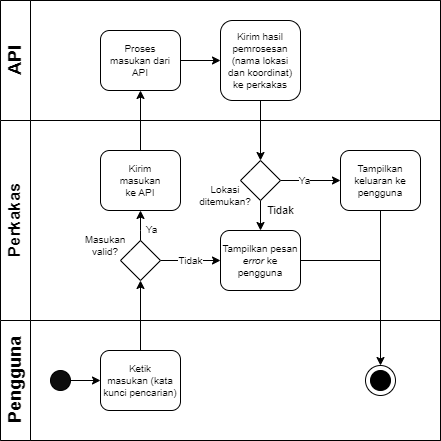
Earlier version of the draw.io export doc/DokumenSkripsi/Gambar/diagrams-activity-searchplace.png (alfredapri/Skripsi). Source tidied: cells renumbered, new cells last; positions are measured from the earlier drawing's top-left corner, leaving out a move shared by most shapes. Its diagram source:
```xml
<mxGraphModel>
  <root>
    <mxCell id="0" />
    <mxCell id="1" parent="0" />
    <mxCell id="2" style="swimlane;html=1;horizontal=0;startSize=0;" parent="1" vertex="1">
      <mxGeometry width="440" height="440" as="geometry" />
    </mxCell>
    <mxCell id="3" value="&lt;font style=&quot;font-size: 18px;&quot;&gt;API&lt;br&gt;&lt;/font&gt;" style="swimlane;html=1;startSize=30;horizontal=0;" parent="2" vertex="1">
      <mxGeometry width="440" height="120" as="geometry" />
    </mxCell>
    <mxCell id="4" style="edgeStyle=orthogonalEdgeStyle;rounded=0;jettySize=auto;html=1;fontSize=10;" parent="3" edge="1" source="5" target="6">
      <mxGeometry relative="1" as="geometry" />
    </mxCell>
    <mxCell id="5" value="&lt;p style=&quot;line-height: 1.2; font-size: 10px;&quot;&gt;&lt;font style=&quot;font-size: 10px; line-height: 1;&quot;&gt;Proses&lt;br style=&quot;font-size: 10px;&quot;&gt; &lt;/font&gt;&lt;font style=&quot;font-size: 10px; line-height: 1;&quot;&gt;masukan dari API&lt;/font&gt;&lt;/p&gt;" style="rounded=1;whiteSpace=wrap;html=1;fontSize=10;fontStyle=0;" parent="3" vertex="1">
      <mxGeometry x="100" y="30" width="80" height="60" as="geometry" />
    </mxCell>
    <mxCell id="6" value="&lt;p style=&quot;line-height: 1.2; font-size: 10px;&quot;&gt;Kirim hasil pemrosesan (nama lokasi &lt;br&gt;dan koordinat) &lt;br&gt;ke perkakas&lt;/p&gt;" style="rounded=1;whiteSpace=wrap;html=1;fontSize=10;fontStyle=0;" parent="3" vertex="1">
      <mxGeometry x="220" y="20" width="80" height="80" as="geometry" />
    </mxCell>
    <mxCell id="7" style="edgeStyle=orthogonalEdgeStyle;rounded=0;jettySize=auto;html=1;fontSize=12;" parent="2" edge="1" source="25" target="12">
      <mxGeometry relative="1" as="geometry" />
    </mxCell>
    <mxCell id="8" style="edgeStyle=orthogonalEdgeStyle;rounded=0;jettySize=auto;html=1;fontSize=12;exitX=0.5;exitY=0;exitDx=0;exitDy=0;" parent="2" edge="1" source="15" target="5">
      <mxGeometry relative="1" as="geometry" />
    </mxCell>
    <mxCell id="9" style="edgeStyle=orthogonalEdgeStyle;rounded=0;jettySize=auto;html=1;fontSize=10;entryX=0.5;entryY=0;entryDx=0;entryDy=0;" parent="2" edge="1" source="6" target="20">
      <mxGeometry relative="1" as="geometry" />
    </mxCell>
    <mxCell id="10" value="&lt;font style=&quot;font-size: 17px;&quot;&gt;Perkakas&lt;/font&gt;" style="swimlane;html=1;startSize=30;horizontal=0;" parent="2" vertex="1">
      <mxGeometry y="120" width="440" height="200" as="geometry" />
    </mxCell>
    <mxCell id="11" value="Tidak" style="edgeStyle=orthogonalEdgeStyle;rounded=0;jettySize=auto;html=1;fontSize=10;" parent="10" edge="1" source="12" target="16">
      <mxGeometry relative="1" as="geometry">
        <Array as="points">
          <mxPoint x="180" y="140" />
          <mxPoint x="180" y="140" />
        </Array>
      </mxGeometry>
    </mxCell>
    <mxCell id="12" value="&lt;p style=&quot;line-height: 1.2; font-size: 10px;&quot;&gt;&lt;br&gt;&lt;/p&gt;" style="rhombus;whiteSpace=wrap;html=1;fontSize=10;rounded=1;arcSize=0;" parent="10" vertex="1">
      <mxGeometry x="120" y="120" width="40" height="40" as="geometry" />
    </mxCell>
    <mxCell id="13" style="edgeStyle=orthogonalEdgeStyle;rounded=0;jettySize=auto;html=1;fontSize=12;exitX=0.5;exitY=0;exitDx=0;exitDy=0;entryX=0.5;entryY=1;entryDx=0;entryDy=0;startArrow=none;" parent="10" edge="1" source="12" target="15">
      <mxGeometry relative="1" as="geometry">
        <Array as="points">
          <mxPoint x="140" y="110" />
          <mxPoint x="140" y="110" />
        </Array>
      </mxGeometry>
    </mxCell>
    <mxCell id="14" value="&lt;font style=&quot;font-size: 10px;&quot;&gt;Ya&lt;/font&gt;" style="edgeLabel;html=1;align=center;verticalAlign=middle;fontSize=12;" parent="13" vertex="1">
      <mxGeometry x="0.3" relative="1" as="geometry">
        <mxPoint x="10" y="8" as="offset" />
      </mxGeometry>
    </mxCell>
    <mxCell id="15" value="&lt;p style=&quot;line-height: 1.2; font-size: 10px;&quot;&gt;&lt;font style=&quot;font-size: 10px; line-height: 1;&quot;&gt;Kirim&lt;br style=&quot;font-size: 10px;&quot;&gt; &lt;/font&gt;&lt;font style=&quot;font-size: 10px; line-height: 1;&quot;&gt;masukan&lt;br&gt;ke API&lt;/font&gt;&lt;/p&gt;" style="rounded=1;whiteSpace=wrap;html=1;fontSize=10;" parent="10" vertex="1">
      <mxGeometry x="100" y="30" width="80" height="60" as="geometry" />
    </mxCell>
    <mxCell id="16" value="&lt;p style=&quot;line-height: 1.2; font-size: 10px;&quot;&gt;Tampilkan pesan &lt;i&gt;error &lt;/i&gt;ke pengguna&lt;/p&gt;" style="rounded=1;whiteSpace=wrap;html=1;fontSize=18;fontStyle=0;" parent="10" vertex="1">
      <mxGeometry x="220" y="110" width="80" height="60" as="geometry" />
    </mxCell>
    <mxCell id="17" value="&lt;p style=&quot;line-height: 1.2; font-size: 10px;&quot;&gt;&lt;font style=&quot;font-size: 10px;&quot;&gt;Tampilkan keluaran ke pengguna&lt;/font&gt;&lt;/p&gt;" style="rounded=1;whiteSpace=wrap;html=1;fontSize=10;" parent="10" vertex="1">
      <mxGeometry x="340" y="30" width="80" height="60" as="geometry" />
    </mxCell>
    <mxCell id="18" value="Ya" style="edgeStyle=orthogonalEdgeStyle;rounded=0;jettySize=auto;html=1;fontSize=10;" parent="10" edge="1" source="20">
      <mxGeometry x="-0.2" relative="1" as="geometry">
        <mxPoint x="340" y="60" as="targetPoint" />
      </mxGeometry>
    </mxCell>
    <mxCell id="19" value="Tidak" style="edgeStyle=orthogonalEdgeStyle;rounded=0;jettySize=auto;html=1;" parent="10" edge="1" source="20" target="16">
      <mxGeometry x="0.2" y="20" relative="1" as="geometry" />
    </mxCell>
    <mxCell id="20" value="&lt;p style=&quot;line-height: 1.2; font-size: 10px;&quot;&gt;&lt;br&gt;&lt;/p&gt;" style="rhombus;whiteSpace=wrap;html=1;fontSize=10;rounded=1;arcSize=0;" parent="10" vertex="1">
      <mxGeometry x="240" y="40" width="40" height="40" as="geometry" />
    </mxCell>
    <mxCell id="21" value="Lokasi ditemukan?" style="text;html=1;strokeColor=none;fillColor=none;align=center;verticalAlign=middle;whiteSpace=wrap;rounded=0;fontSize=10;" parent="10" vertex="1">
      <mxGeometry x="200" y="60" width="50" height="30" as="geometry" />
    </mxCell>
    <mxCell id="22" value="Masukan valid?" style="text;html=1;strokeColor=none;fillColor=none;align=center;verticalAlign=middle;whiteSpace=wrap;rounded=0;fontSize=10;" parent="10" vertex="1">
      <mxGeometry x="80" y="110" width="50" height="30" as="geometry" />
    </mxCell>
    <mxCell id="23" value="&lt;font style=&quot;font-size: 18px;&quot;&gt;Pengguna&lt;br&gt;&lt;/font&gt;" style="swimlane;html=1;startSize=30;horizontal=0;" parent="2" vertex="1">
      <mxGeometry y="320" width="440" height="120" as="geometry" />
    </mxCell>
    <mxCell id="24" style="ellipse;whiteSpace=wrap;html=1;fillColor=#0D0D0D;" parent="23" vertex="1">
      <mxGeometry x="50" y="50" width="20" height="20" as="geometry" />
    </mxCell>
    <mxCell id="25" value="&lt;p style=&quot;line-height: 1.2; font-size: 10px;&quot;&gt;&lt;font style=&quot;font-size: 10px; line-height: 1.2;&quot;&gt;Ketik&lt;br style=&quot;font-size: 10px;&quot;&gt;masukan (kata kunci pencarian)&lt;/font&gt;&lt;/p&gt;" style="rounded=1;whiteSpace=wrap;html=1;fontSize=10;" parent="23" vertex="1">
      <mxGeometry x="100" y="30" width="80" height="60" as="geometry" />
    </mxCell>
    <mxCell id="26" style="edgeStyle=orthogonalEdgeStyle;rounded=0;jettySize=auto;html=1;entryX=0;entryY=0.5;entryDx=0;entryDy=0;" parent="23" edge="1" source="24" target="25">
      <mxGeometry relative="1" as="geometry" />
    </mxCell>
    <mxCell id="27" style="group;" parent="23" vertex="1">
      <mxGeometry x="365" y="45" width="30" height="30" as="geometry" />
    </mxCell>
    <mxCell id="28" style="ellipse;whiteSpace=wrap;html=1;fillColor=#FFFFFF;" parent="27" vertex="1">
      <mxGeometry width="30" height="30" as="geometry" />
    </mxCell>
    <mxCell id="29" style="ellipse;whiteSpace=wrap;html=1;fillColor=#FFFFF;" parent="27" vertex="1">
      <mxGeometry x="5" y="5" width="20" height="20" as="geometry" />
    </mxCell>
    <mxCell id="30" style="edgeStyle=orthogonalEdgeStyle;rounded=0;jettySize=auto;html=1;fontSize=10;entryX=0.5;entryY=0;entryDx=0;entryDy=0;exitX=0.5;exitY=1;exitDx=0;exitDy=0;" parent="2" edge="1" source="17" target="28">
      <mxGeometry relative="1" as="geometry" />
    </mxCell>
    <mxCell id="31" style="edgeStyle=orthogonalEdgeStyle;rounded=0;jettySize=auto;html=1;fontSize=10;exitX=1;exitY=0.5;exitDx=0;exitDy=0;endArrow=none;endFill=0;" parent="1" edge="1" source="16">
      <mxGeometry relative="1" as="geometry">
        <mxPoint x="380" y="260" as="targetPoint" />
      </mxGeometry>
    </mxCell>
  </root>
</mxGraphModel>
```
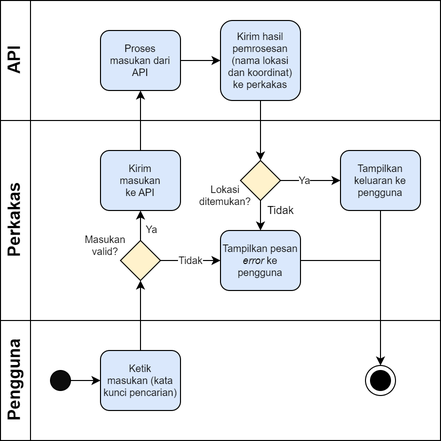
Later version of the same file.

What changed in the source:
```diff
@@ -5,16 +5,16 @@
     <mxCell id="2" style="swimlane;html=1;horizontal=0;startSize=0;" parent="1" vertex="1">
       <mxGeometry width="440" height="440" as="geometry" />
     </mxCell>
-    <mxCell id="3" value="&lt;font style=&quot;font-size: 18px;&quot;&gt;API&lt;br&gt;&lt;/font&gt;" style="swimlane;html=1;startSize=30;horizontal=0;" parent="2" vertex="1">
+    <mxCell id="3" value="&lt;font style=&quot;&quot;&gt;&lt;font style=&quot;font-size: 17px;&quot;&gt;API&lt;/font&gt;&lt;br&gt;&lt;/font&gt;" style="swimlane;html=1;startSize=30;horizontal=0;" parent="2" vertex="1">
       <mxGeometry width="440" height="120" as="geometry" />
     </mxCell>
     <mxCell id="4" style="edgeStyle=orthogonalEdgeStyle;rounded=0;jettySize=auto;html=1;fontSize=10;" parent="3" edge="1" source="5" target="6">
       <mxGeometry relative="1" as="geometry" />
     </mxCell>
-    <mxCell id="5" value="&lt;p style=&quot;line-height: 1.2; font-size: 10px;&quot;&gt;&lt;font style=&quot;font-size: 10px; line-height: 1;&quot;&gt;Proses&lt;br style=&quot;font-size: 10px;&quot;&gt; &lt;/font&gt;&lt;font style=&quot;font-size: 10px; line-height: 1;&quot;&gt;masukan dari API&lt;/font&gt;&lt;/p&gt;" style="rounded=1;whiteSpace=wrap;html=1;fontSize=10;fontStyle=0;" parent="3" vertex="1">
+    <mxCell id="5" value="&lt;p style=&quot;line-height: 1.2; font-size: 10px;&quot;&gt;&lt;font style=&quot;font-size: 10px; line-height: 1;&quot;&gt;Proses&lt;br style=&quot;font-size: 10px;&quot;&gt; &lt;/font&gt;&lt;font style=&quot;font-size: 10px; line-height: 1;&quot;&gt;masukan dari API&lt;/font&gt;&lt;/p&gt;" style="rounded=1;whiteSpace=wrap;html=1;fontSize=10;fontStyle=0;fillColor=#dae8fc;strokeColor=default;" parent="3" vertex="1">
       <mxGeometry x="100" y="30" width="80" height="60" as="geometry" />
     </mxCell>
-    <mxCell id="6" value="&lt;p style=&quot;line-height: 1.2; font-size: 10px;&quot;&gt;Kirim hasil pemrosesan (nama lokasi &lt;br&gt;dan koordinat) &lt;br&gt;ke perkakas&lt;/p&gt;" style="rounded=1;whiteSpace=wrap;html=1;fontSize=10;fontStyle=0;" parent="3" vertex="1">
+    <mxCell id="6" value="&lt;p style=&quot;line-height: 1.2; font-size: 10px;&quot;&gt;Kirim hasil pemrosesan (nama lokasi &lt;br&gt;dan koordinat) &lt;br&gt;ke perkakas&lt;/p&gt;" style="rounded=1;whiteSpace=wrap;html=1;fontSize=10;fontStyle=0;fillColor=#dae8fc;strokeColor=default;" parent="3" vertex="1">
       <mxGeometry x="220" y="20" width="80" height="80" as="geometry" />
     </mxCell>
     <mxCell id="7" style="edgeStyle=orthogonalEdgeStyle;rounded=0;jettySize=auto;html=1;fontSize=12;" parent="2" edge="1" source="25" target="12">
@@ -37,7 +37,7 @@
         </Array>
       </mxGeometry>
     </mxCell>
-    <mxCell id="12" value="&lt;p style=&quot;line-height: 1.2; font-size: 10px;&quot;&gt;&lt;br&gt;&lt;/p&gt;" style="rhombus;whiteSpace=wrap;html=1;fontSize=10;rounded=1;arcSize=0;" parent="10" vertex="1">
+    <mxCell id="12" value="&lt;p style=&quot;line-height: 1.2; font-size: 10px;&quot;&gt;&lt;br&gt;&lt;/p&gt;" style="rhombus;whiteSpace=wrap;html=1;fontSize=10;rounded=1;arcSize=0;fillColor=#fff2cc;strokeColor=default;" parent="10" vertex="1">
       <mxGeometry x="120" y="120" width="40" height="40" as="geometry" />
     </mxCell>
     <mxCell id="13" style="edgeStyle=orthogonalEdgeStyle;rounded=0;jettySize=auto;html=1;fontSize=12;exitX=0.5;exitY=0;exitDx=0;exitDy=0;entryX=0.5;entryY=1;entryDx=0;entryDy=0;startArrow=none;" parent="10" edge="1" source="12" target="15">
@@ -53,13 +53,13 @@
         <mxPoint x="10" y="8" as="offset" />
       </mxGeometry>
     </mxCell>
-    <mxCell id="15" value="&lt;p style=&quot;line-height: 1.2; font-size: 10px;&quot;&gt;&lt;font style=&quot;font-size: 10px; line-height: 1;&quot;&gt;Kirim&lt;br style=&quot;font-size: 10px;&quot;&gt; &lt;/font&gt;&lt;font style=&quot;font-size: 10px; line-height: 1;&quot;&gt;masukan&lt;br&gt;ke API&lt;/font&gt;&lt;/p&gt;" style="rounded=1;whiteSpace=wrap;html=1;fontSize=10;" parent="10" vertex="1">
+    <mxCell id="15" value="&lt;p style=&quot;line-height: 1.2; font-size: 10px;&quot;&gt;&lt;font style=&quot;font-size: 10px; line-height: 1;&quot;&gt;Kirim&lt;br style=&quot;font-size: 10px;&quot;&gt; &lt;/font&gt;&lt;font style=&quot;font-size: 10px; line-height: 1;&quot;&gt;masukan&lt;br&gt;ke API&lt;/font&gt;&lt;/p&gt;" style="rounded=1;whiteSpace=wrap;html=1;fontSize=10;fillColor=#dae8fc;strokeColor=default;" parent="10" vertex="1">
       <mxGeometry x="100" y="30" width="80" height="60" as="geometry" />
     </mxCell>
-    <mxCell id="16" value="&lt;p style=&quot;line-height: 1.2; font-size: 10px;&quot;&gt;Tampilkan pesan &lt;i&gt;error &lt;/i&gt;ke pengguna&lt;/p&gt;" style="rounded=1;whiteSpace=wrap;html=1;fontSize=18;fontStyle=0;" parent="10" vertex="1">
+    <mxCell id="16" value="&lt;p style=&quot;line-height: 1.2; font-size: 10px;&quot;&gt;Tampilkan pesan &lt;i&gt;error &lt;/i&gt;ke pengguna&lt;/p&gt;" style="rounded=1;whiteSpace=wrap;html=1;fontSize=18;fontStyle=0;fillColor=#dae8fc;strokeColor=default;" parent="10" vertex="1">
       <mxGeometry x="220" y="110" width="80" height="60" as="geometry" />
     </mxCell>
-    <mxCell id="17" value="&lt;p style=&quot;line-height: 1.2; font-size: 10px;&quot;&gt;&lt;font style=&quot;font-size: 10px;&quot;&gt;Tampilkan keluaran ke pengguna&lt;/font&gt;&lt;/p&gt;" style="rounded=1;whiteSpace=wrap;html=1;fontSize=10;" parent="10" vertex="1">
+    <mxCell id="17" value="&lt;p style=&quot;line-height: 1.2; font-size: 10px;&quot;&gt;&lt;font style=&quot;font-size: 10px;&quot;&gt;Tampilkan keluaran ke pengguna&lt;/font&gt;&lt;/p&gt;" style="rounded=1;whiteSpace=wrap;html=1;fontSize=10;fillColor=#dae8fc;strokeColor=default;" parent="10" vertex="1">
       <mxGeometry x="340" y="30" width="80" height="60" as="geometry" />
     </mxCell>
     <mxCell id="18" value="Ya" style="edgeStyle=orthogonalEdgeStyle;rounded=0;jettySize=auto;html=1;fontSize=10;" parent="10" edge="1" source="20">
@@ -70,7 +70,7 @@
     <mxCell id="19" value="Tidak" style="edgeStyle=orthogonalEdgeStyle;rounded=0;jettySize=auto;html=1;" parent="10" edge="1" source="20" target="16">
       <mxGeometry x="0.2" y="20" relative="1" as="geometry" />
     </mxCell>
-    <mxCell id="20" value="&lt;p style=&quot;line-height: 1.2; font-size: 10px;&quot;&gt;&lt;br&gt;&lt;/p&gt;" style="rhombus;whiteSpace=wrap;html=1;fontSize=10;rounded=1;arcSize=0;" parent="10" vertex="1">
+    <mxCell id="20" value="&lt;p style=&quot;line-height: 1.2; font-size: 10px;&quot;&gt;&lt;br&gt;&lt;/p&gt;" style="rhombus;whiteSpace=wrap;html=1;fontSize=10;rounded=1;arcSize=0;fillColor=#fff2cc;strokeColor=default;" parent="10" vertex="1">
       <mxGeometry x="240" y="40" width="40" height="40" as="geometry" />
     </mxCell>
     <mxCell id="21" value="Lokasi ditemukan?" style="text;html=1;strokeColor=none;fillColor=none;align=center;verticalAlign=middle;whiteSpace=wrap;rounded=0;fontSize=10;" parent="10" vertex="1">
@@ -79,13 +79,13 @@
     <mxCell id="22" value="Masukan valid?" style="text;html=1;strokeColor=none;fillColor=none;align=center;verticalAlign=middle;whiteSpace=wrap;rounded=0;fontSize=10;" parent="10" vertex="1">
       <mxGeometry x="80" y="110" width="50" height="30" as="geometry" />
     </mxCell>
-    <mxCell id="23" value="&lt;font style=&quot;font-size: 18px;&quot;&gt;Pengguna&lt;br&gt;&lt;/font&gt;" style="swimlane;html=1;startSize=30;horizontal=0;" parent="2" vertex="1">
+    <mxCell id="23" value="&lt;font style=&quot;&quot;&gt;&lt;font style=&quot;font-size: 17px;&quot;&gt;Pengguna&lt;/font&gt;&lt;br&gt;&lt;/font&gt;" style="swimlane;html=1;startSize=30;horizontal=0;" parent="2" vertex="1">
       <mxGeometry y="320" width="440" height="120" as="geometry" />
     </mxCell>
     <mxCell id="24" style="ellipse;whiteSpace=wrap;html=1;fillColor=#0D0D0D;" parent="23" vertex="1">
       <mxGeometry x="50" y="50" width="20" height="20" as="geometry" />
     </mxCell>
-    <mxCell id="25" value="&lt;p style=&quot;line-height: 1.2; font-size: 10px;&quot;&gt;&lt;font style=&quot;font-size: 10px; line-height: 1.2;&quot;&gt;Ketik&lt;br style=&quot;font-size: 10px;&quot;&gt;masukan (kata kunci pencarian)&lt;/font&gt;&lt;/p&gt;" style="rounded=1;whiteSpace=wrap;html=1;fontSize=10;" parent="23" vertex="1">
+    <mxCell id="25" value="&lt;p style=&quot;line-height: 1.2; font-size: 10px;&quot;&gt;&lt;font style=&quot;font-size: 10px; line-height: 1.2;&quot;&gt;Ketik&lt;br style=&quot;font-size: 10px;&quot;&gt;masukan (kata kunci pencarian)&lt;/font&gt;&lt;/p&gt;" style="rounded=1;whiteSpace=wrap;html=1;fontSize=10;fillColor=#dae8fc;strokeColor=default;" parent="23" vertex="1">
       <mxGeometry x="100" y="30" width="80" height="60" as="geometry" />
     </mxCell>
     <mxCell id="26" style="edgeStyle=orthogonalEdgeStyle;rounded=0;jettySize=auto;html=1;entryX=0;entryY=0.5;entryDx=0;entryDy=0;" parent="23" edge="1" source="24" target="25">
```
